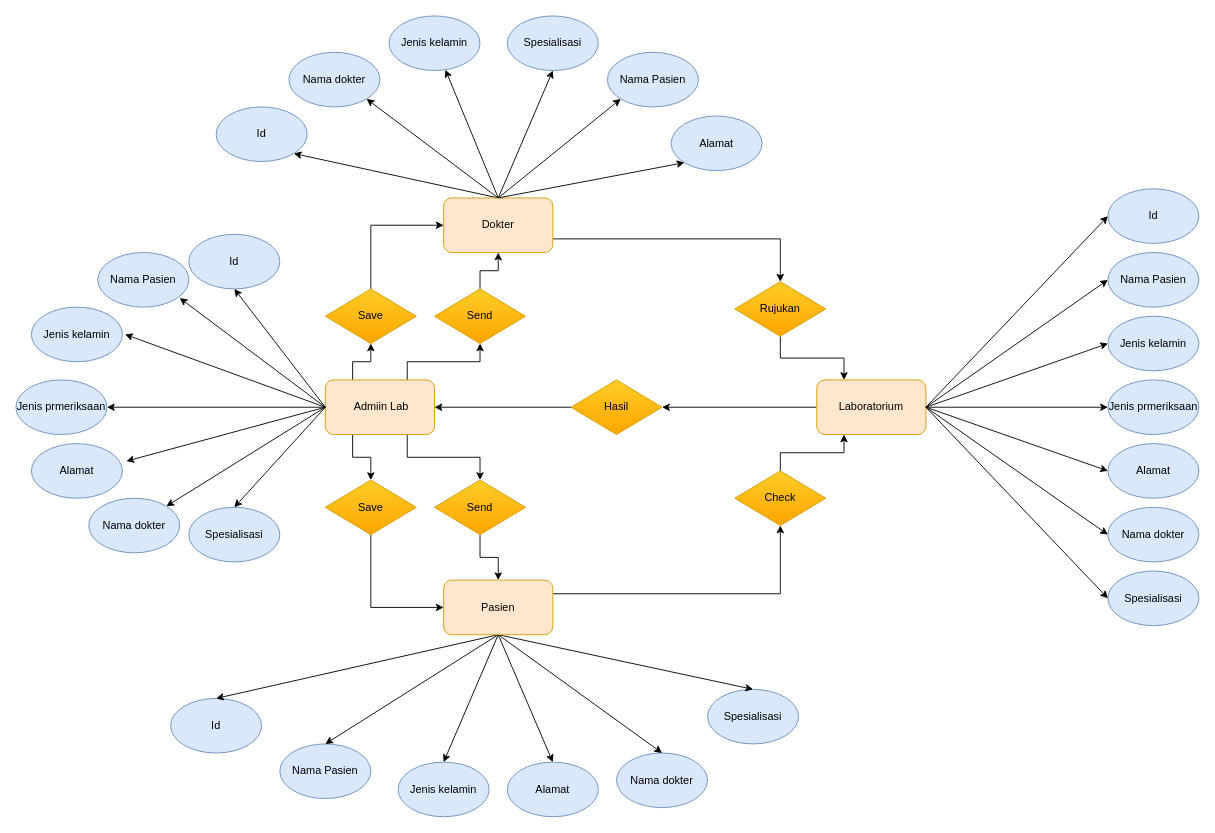
This is pertemuan2/pertemuan2 .drawio from Nurrohman10/IF214002, a draw.io file, before an edit. Source tidied: cells renumbered, new cells numbered last; positions are measured from the earlier drawing's top-left corner, leaving out a move shared by most shapes. Both pictures are drawn from the tidied source at 91%, with x=0, y=0 at pixel (15, 15).
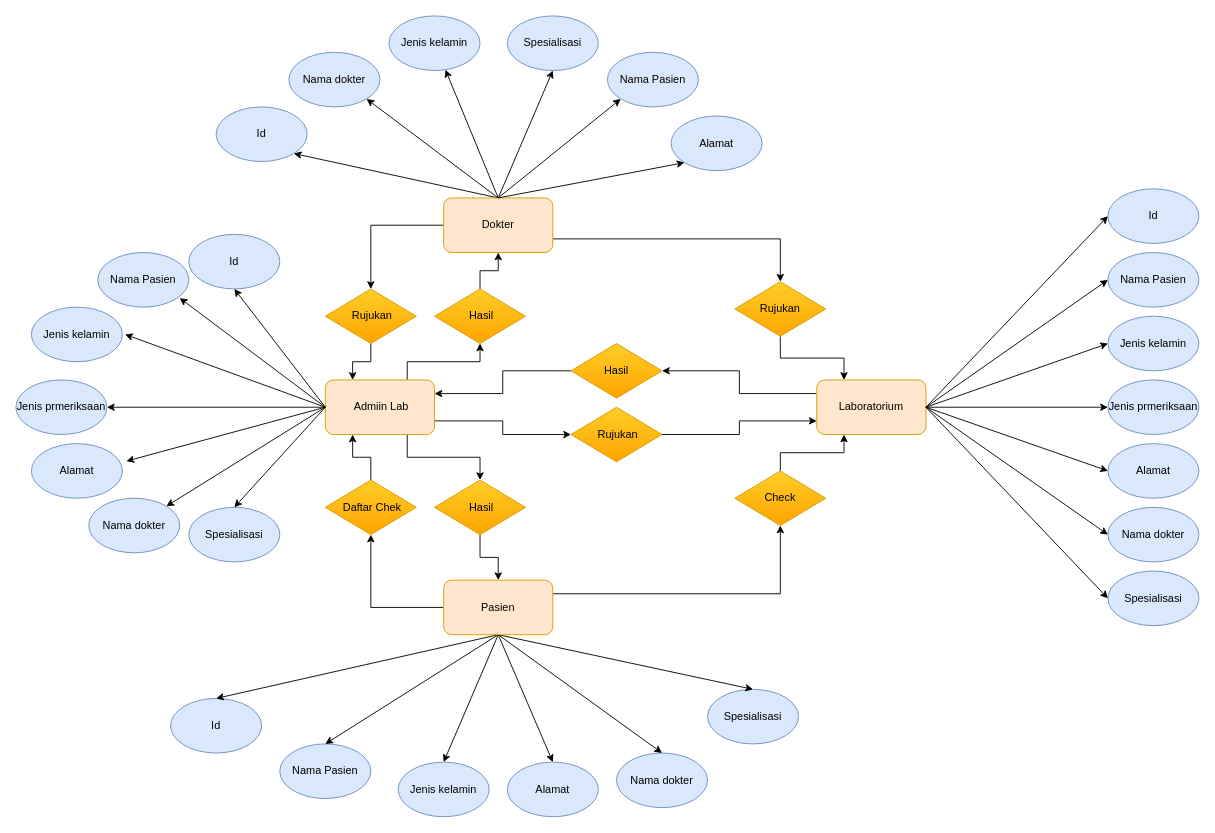
The same page after the edit.

The change refers to these unchanged cells:
```xml
<mxCell id="6" value="Dokter" style="rounded=1;whiteSpace=wrap;html=1;fillColor=#ffe6cc;strokeColor=#d79b00;" parent="1" vertex="1">
  <mxGeometry x="470" y="200" width="120" height="60" as="geometry" />
</mxCell>
<mxCell id="30" value="Laboratorium" style="rounded=1;whiteSpace=wrap;html=1;fillColor=#ffe6cc;strokeColor=#d79b00;" parent="1" vertex="1">
  <mxGeometry x="880" y="400" width="120" height="60" as="geometry" />
</mxCell>
<mxCell id="45" value="Pasien" style="rounded=1;whiteSpace=wrap;html=1;fillColor=#ffe6cc;strokeColor=#d79b00;" parent="1" vertex="1">
  <mxGeometry x="470" y="620" width="120" height="60" as="geometry" />
</mxCell>
<mxCell id="50" value="&amp;nbsp;Admiin Lab" style="rounded=1;whiteSpace=wrap;html=1;fillColor=#ffe6cc;strokeColor=#d79b00;" parent="1" vertex="1">
  <mxGeometry x="340" y="400" width="120" height="60" as="geometry" />
</mxCell>
```

The edit, as a diff of the source:
```diff
@@
+    <mxCell id="79" style="edgeStyle=orthogonalEdgeStyle;rounded=0;jettySize=auto;html=1;exitX=0;exitY=0.5;exitDx=0;exitDy=0;entryX=0.5;entryY=0;entryDx=0;entryDy=0;" parent="1" edge="1" source="6" target="74">
+      <mxGeometry relative="1" as="geometry" />
+    </mxCell>
@@
-    <mxCell id="29" style="edgeStyle=orthogonalEdgeStyle;rounded=0;jettySize=auto;html=1;exitX=0;exitY=0.5;exitDx=0;exitDy=0;entryX=1;entryY=0.5;entryDx=0;entryDy=0;" parent="1" edge="1" source="30" target="70">
+    <mxCell id="29" style="edgeStyle=orthogonalEdgeStyle;rounded=0;jettySize=auto;html=1;exitX=0;exitY=0.25;exitDx=0;exitDy=0;entryX=1;entryY=0.5;entryDx=0;entryDy=0;" parent="1" edge="1" source="30" target="70">
       <mxGeometry relative="1" as="geometry" />
     </mxCell>
@@
+    <mxCell id="80" style="edgeStyle=orthogonalEdgeStyle;rounded=0;jettySize=auto;html=1;exitX=0;exitY=0.5;exitDx=0;exitDy=0;entryX=0.5;entryY=1;entryDx=0;entryDy=0;" parent="1" edge="1" source="45" target="72">
+      <mxGeometry relative="1" as="geometry" />
+    </mxCell>
@@
-    <mxCell id="47" style="edgeStyle=orthogonalEdgeStyle;rounded=0;jettySize=auto;html=1;exitX=0.25;exitY=1;exitDx=0;exitDy=0;entryX=0.5;entryY=0;entryDx=0;entryDy=0;" parent="1" edge="1" source="50" target="72">
-      <mxGeometry relative="1" as="geometry" />
-    </mxCell>
-    <mxCell id="48" style="edgeStyle=orthogonalEdgeStyle;rounded=0;jettySize=auto;html=1;exitX=0.25;exitY=0;exitDx=0;exitDy=0;entryX=0.5;entryY=1;entryDx=0;entryDy=0;" parent="1" edge="1" source="50" target="74">
-      <mxGeometry relative="1" as="geometry" />
-    </mxCell>
@@
+    <mxCell id="81" style="edgeStyle=orthogonalEdgeStyle;rounded=0;jettySize=auto;html=1;exitX=1;exitY=0.75;exitDx=0;exitDy=0;entryX=0;entryY=0.5;entryDx=0;entryDy=0;" parent="1" edge="1" source="50" target="85">
+      <mxGeometry relative="1" as="geometry" />
+    </mxCell>
@@
-    <mxCell id="69" style="edgeStyle=orthogonalEdgeStyle;rounded=0;jettySize=auto;html=1;exitX=0;exitY=0.5;exitDx=0;exitDy=0;entryX=1;entryY=0.5;entryDx=0;entryDy=0;" parent="1" edge="1" source="70" target="50">
+    <mxCell id="69" style="edgeStyle=orthogonalEdgeStyle;rounded=0;jettySize=auto;html=1;exitX=0;exitY=0.5;exitDx=0;exitDy=0;entryX=1;entryY=0.25;entryDx=0;entryDy=0;" parent="1" edge="1" source="70" target="50">
       <mxGeometry relative="1" as="geometry" />
     </mxCell>
     <mxCell id="70" value="Hasil" style="rhombus;whiteSpace=wrap;html=1;fillColor=#ffcd28;strokeColor=#d79b00;gradientColor=#ffa500;" parent="1" vertex="1">
-      <mxGeometry x="610" y="400" width="100" height="60" as="geometry" />
+      <mxGeometry x="610" y="360" width="100" height="60" as="geometry" />
     </mxCell>
-    <mxCell id="71" style="edgeStyle=orthogonalEdgeStyle;rounded=0;jettySize=auto;html=1;exitX=0.5;exitY=1;exitDx=0;exitDy=0;entryX=0;entryY=0.5;entryDx=0;entryDy=0;" parent="1" edge="1" source="72" target="45">
-      <mxGeometry relative="1" as="geometry" />
-    </mxCell>
+    <mxCell id="82" style="edgeStyle=orthogonalEdgeStyle;rounded=0;jettySize=auto;html=1;exitX=0.5;exitY=0;exitDx=0;exitDy=0;entryX=0.25;entryY=1;entryDx=0;entryDy=0;" parent="1" edge="1" source="72" target="50">
+      <mxGeometry relative="1" as="geometry" />
+    </mxCell>
-    <mxCell id="72" value="Save" style="rhombus;whiteSpace=wrap;html=1;fillColor=#ffcd28;strokeColor=#d79b00;gradientColor=#ffa500;" parent="1" vertex="1">
+    <mxCell id="72" value="&amp;nbsp;Daftar Chek" style="rhombus;whiteSpace=wrap;html=1;fillColor=#ffcd28;strokeColor=#d79b00;gradientColor=#ffa500;" parent="1" vertex="1">
       <mxGeometry x="340" y="510" width="100" height="60" as="geometry" />
     </mxCell>
-    <mxCell id="73" style="edgeStyle=orthogonalEdgeStyle;rounded=0;jettySize=auto;html=1;exitX=0.5;exitY=0;exitDx=0;exitDy=0;entryX=0;entryY=0.5;entryDx=0;entryDy=0;" parent="1" edge="1" source="74" target="6">
-      <mxGeometry relative="1" as="geometry" />
-    </mxCell>
+    <mxCell id="83" style="edgeStyle=orthogonalEdgeStyle;rounded=0;jettySize=auto;html=1;exitX=0.5;exitY=1;exitDx=0;exitDy=0;entryX=0.25;entryY=0;entryDx=0;entryDy=0;" parent="1" edge="1" source="74" target="50">
+      <mxGeometry relative="1" as="geometry" />
+    </mxCell>
-    <mxCell id="74" value="Save" style="rhombus;whiteSpace=wrap;html=1;fillColor=#ffcd28;strokeColor=#d79b00;gradientColor=#ffa500;" parent="1" vertex="1">
+    <mxCell id="74" value="&amp;nbsp;Rujukan" style="rhombus;whiteSpace=wrap;html=1;fillColor=#ffcd28;strokeColor=#d79b00;gradientColor=#ffa500;" parent="1" vertex="1">
       <mxGeometry x="340" y="300" width="100" height="60" as="geometry" />
     </mxCell>
@@
-    <mxCell id="76" value="Send" style="rhombus;whiteSpace=wrap;html=1;fillColor=#ffcd28;strokeColor=#d79b00;gradientColor=#ffa500;" parent="1" vertex="1">
+    <mxCell id="76" value="&amp;nbsp;Hasil" style="rhombus;whiteSpace=wrap;html=1;fillColor=#ffcd28;strokeColor=#d79b00;gradientColor=#ffa500;" parent="1" vertex="1">
       <mxGeometry x="460" y="300" width="100" height="60" as="geometry" />
     </mxCell>
@@
-    <mxCell id="78" value="Send" style="rhombus;whiteSpace=wrap;html=1;fillColor=#ffcd28;strokeColor=#d79b00;gradientColor=#ffa500;" parent="1" vertex="1">
+    <mxCell id="78" value="&amp;nbsp;Hasil" style="rhombus;whiteSpace=wrap;html=1;fillColor=#ffcd28;strokeColor=#d79b00;gradientColor=#ffa500;" parent="1" vertex="1">
       <mxGeometry x="460" y="510" width="100" height="60" as="geometry" />
     </mxCell>
+    <mxCell id="84" style="edgeStyle=orthogonalEdgeStyle;rounded=0;jettySize=auto;html=1;exitX=1;exitY=0.5;exitDx=0;exitDy=0;entryX=0;entryY=0.75;entryDx=0;entryDy=0;" parent="1" edge="1" source="85" target="30">
+      <mxGeometry relative="1" as="geometry" />
+    </mxCell>
+    <mxCell id="85" value="&amp;nbsp;Rujukan" style="rhombus;whiteSpace=wrap;html=1;fillColor=#ffcd28;strokeColor=#d79b00;gradientColor=#ffa500;" parent="1" vertex="1">
+      <mxGeometry x="610" y="430" width="100" height="60" as="geometry" />
+    </mxCell>
```
